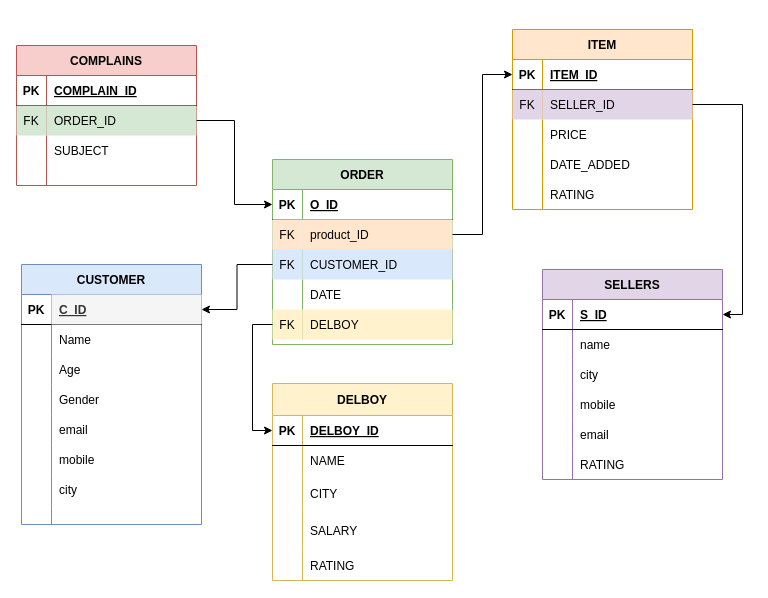
Above: Untitled Diagram.drawio in maasir554/maasir554 (draw.io), before the change. Source tidied: cells renumbered, new cells numbered last; positions are measured from the earlier drawing's top-left corner, leaving out a move shared by most shapes. Both pictures are drawn from the tidied source at 100%, with x=0, y=0 at pixel (16, 29).
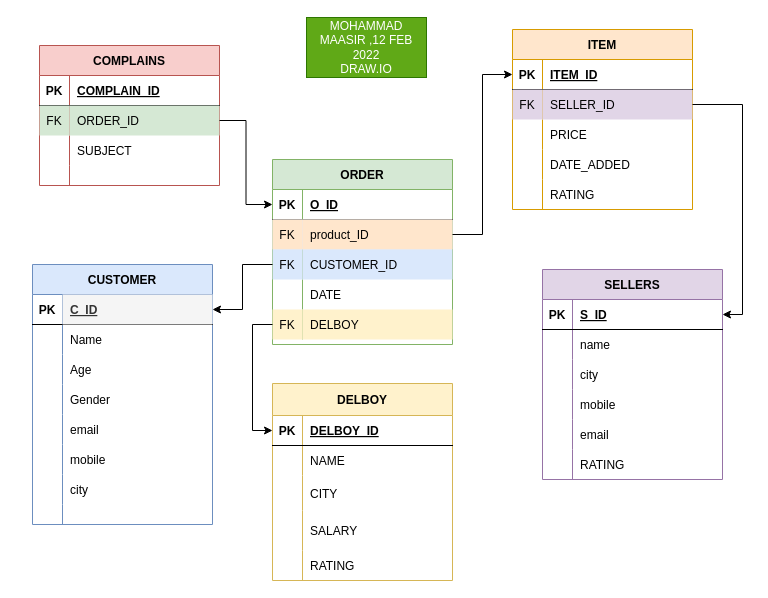
Above is the later version.

What changed in the source:
```diff
@@
     <mxCell id="2" value="CUSTOMER" style="shape=table;startSize=30;childLayout=tableLayout;rowLines=0;fontStyle=1;align=center;fillColor=#dae8fc;strokeColor=#6c8ebf;" parent="1" vertex="1">
-      <mxGeometry x="5" y="235" width="180" height="260" as="geometry" />
+      <mxGeometry x="16" y="235" width="180" height="260" as="geometry" />
     </mxCell>
@@
     <mxCell id="96" value="COMPLAINS" style="shape=table;startSize=30;childLayout=tableLayout;rowLines=0;fontStyle=1;align=center;fillColor=#f8cecc;strokeColor=#b85450;" parent="1" vertex="1">
-      <mxGeometry y="16" width="180" height="140" as="geometry" />
+      <mxGeometry x="23" y="16" width="180" height="140" as="geometry" />
     </mxCell>
@@
+    <mxCell id="114" value="MOHAMMAD MAASIR ,12 FEB 2022&lt;br&gt;DRAW.IO" style="whiteSpace=wrap;html=1;fillColor=#60a917;strokeColor=#2D7600;fontColor=#ffffff;" parent="1" vertex="1">
+      <mxGeometry x="290" y="-12" width="120" height="60" as="geometry" />
+    </mxCell>
```
